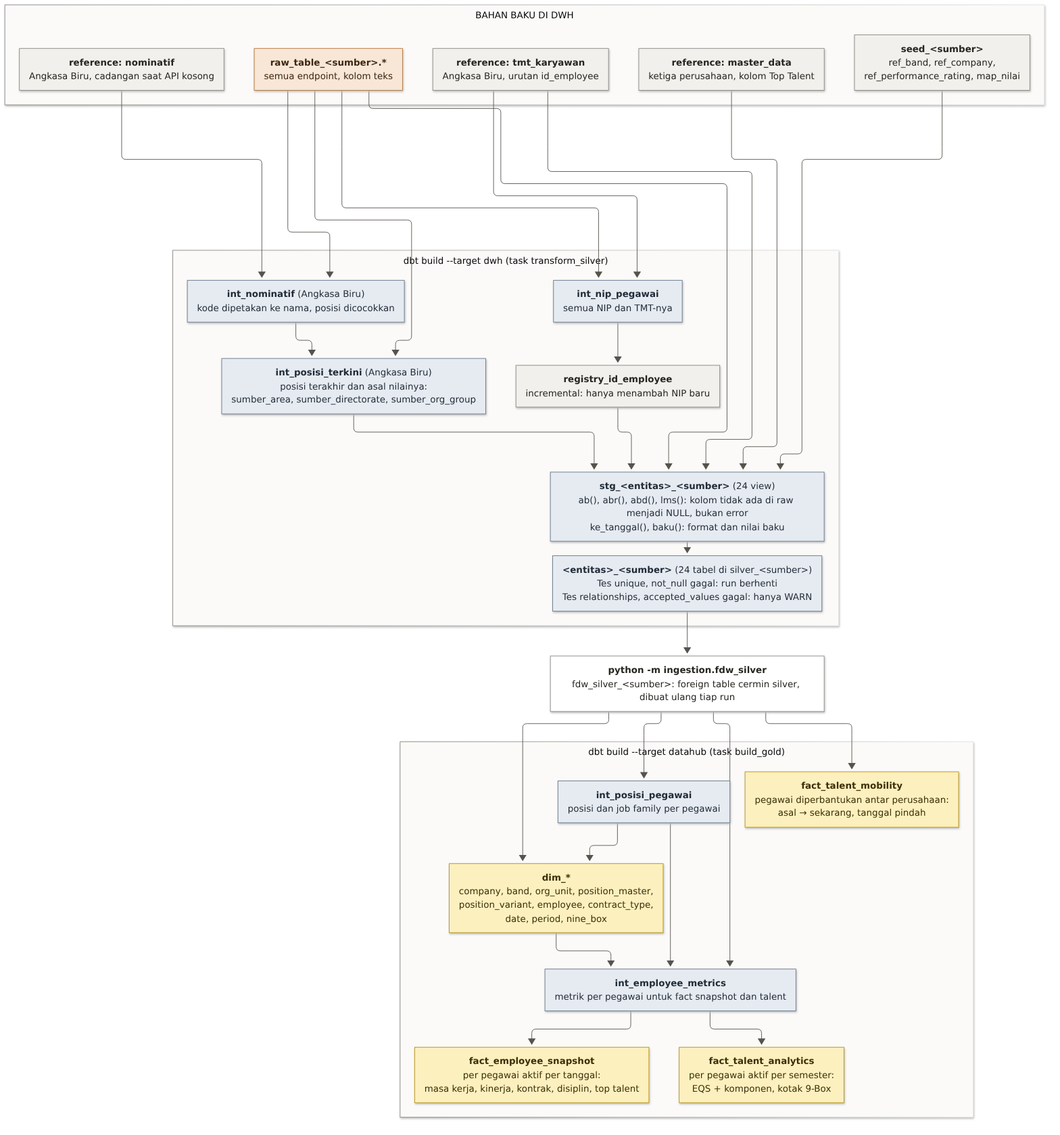
This is docs/img/proses-4-dbt.png from habiebdymiati/final_project_dibimibing, a Mermaid export, as it was before one commit. Its source is kept beside it as docs/diagrams/proses-4-dbt.mmd.
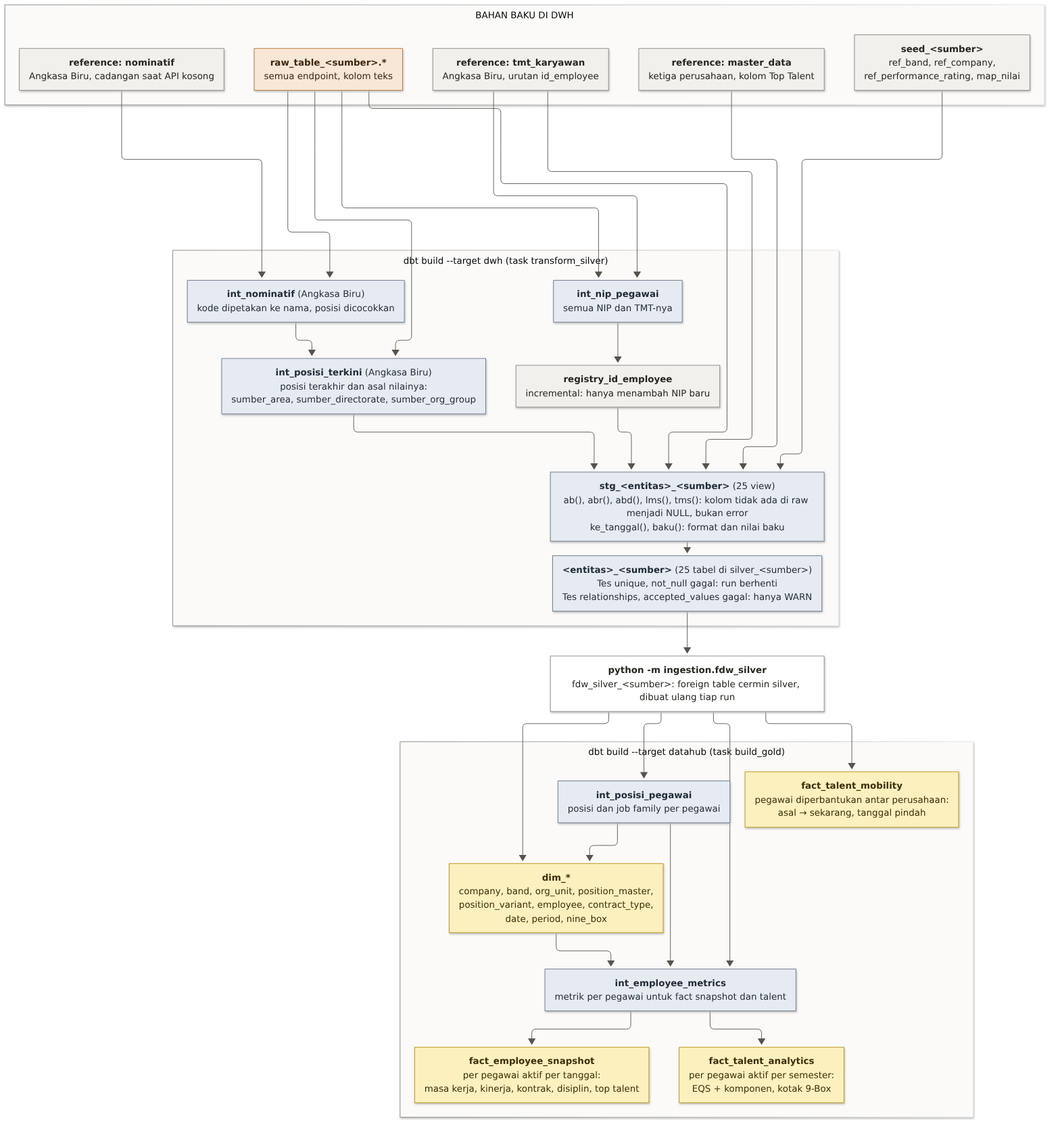
After the change.

The edit, as a diff of the source:
```diff
@@ -12,8 +12,8 @@
         REG["<b>registry_id_employee</b><br/>incremental: hanya menambah NIP baru"]:::pendukung
         INOM["<b>int_nominatif</b> (Angkasa Biru)<br/>kode dipetakan ke nama, posisi dicocokkan"]:::silver
         POS["<b>int_posisi_terkini</b> (Angkasa Biru)<br/>posisi terakhir dan asal nilainya:<br/>sumber_area, sumber_directorate, sumber_org_group"]:::silver
-        STG["<b>stg_#lt;entitas#gt;_#lt;sumber#gt;</b> (24 view)<br/>ab(), abr(), abd(), lms(): kolom tidak ada di raw menjadi NULL, bukan error<br/>ke_tanggal(), baku(): format dan nilai baku"]:::silver
-        SIL["<b>#lt;entitas#gt;_#lt;sumber#gt;</b> (24 tabel di silver_#lt;sumber#gt;)<br/>Tes unique, not_null gagal: run berhenti<br/>Tes relationships, accepted_values gagal: hanya WARN"]:::silver
+        STG["<b>stg_#lt;entitas#gt;_#lt;sumber#gt;</b> (25 view)<br/>ab(), abr(), abd(), lms(), tms(): kolom tidak ada di raw menjadi NULL, bukan error<br/>ke_tanggal(), baku(): format dan nilai baku"]:::silver
+        SIL["<b>#lt;entitas#gt;_#lt;sumber#gt;</b> (25 tabel di silver_#lt;sumber#gt;)<br/>Tes unique, not_null gagal: run berhenti<br/>Tes relationships, accepted_values gagal: hanya WARN"]:::silver
     end
 
     FDW["<b>python -m ingestion.fdw_silver</b><br/>fdw_silver_#lt;sumber#gt;: foreign table cermin silver, dibuat ulang tiap run"]:::kerja
```
